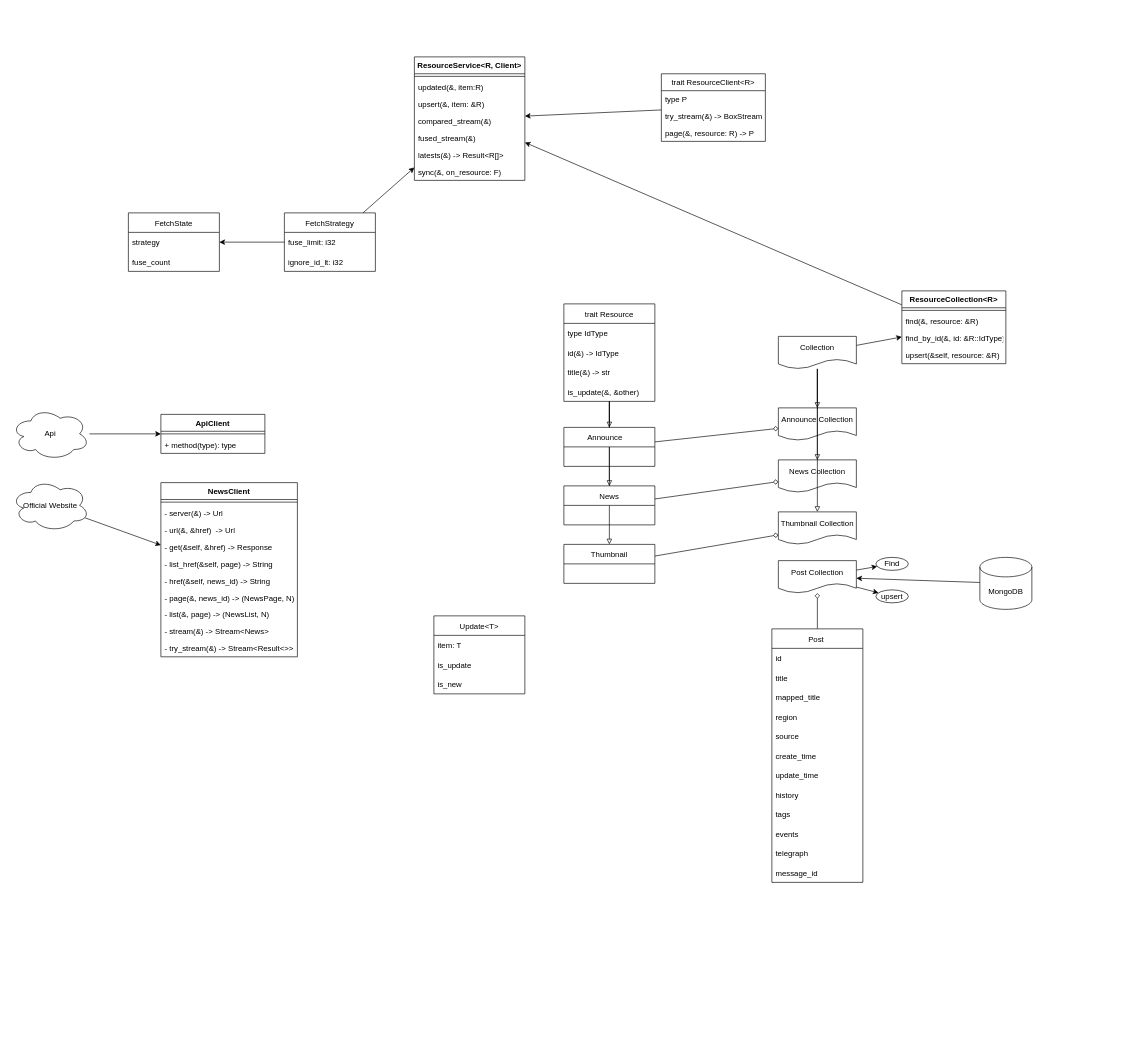
Before: page "第1頁" (1 of 2) of structure.drawio in KiruyaMomochi/priconne-bot-rs, a draw.io diagram. Source tidied: cells renumbered, new cells numbered last; positions are measured from the earlier drawing's top-left corner, leaving out a move shared by most shapes. Both pictures are drawn from the tidied source at 65%, with x=0, y=0 at pixel (11, 57).
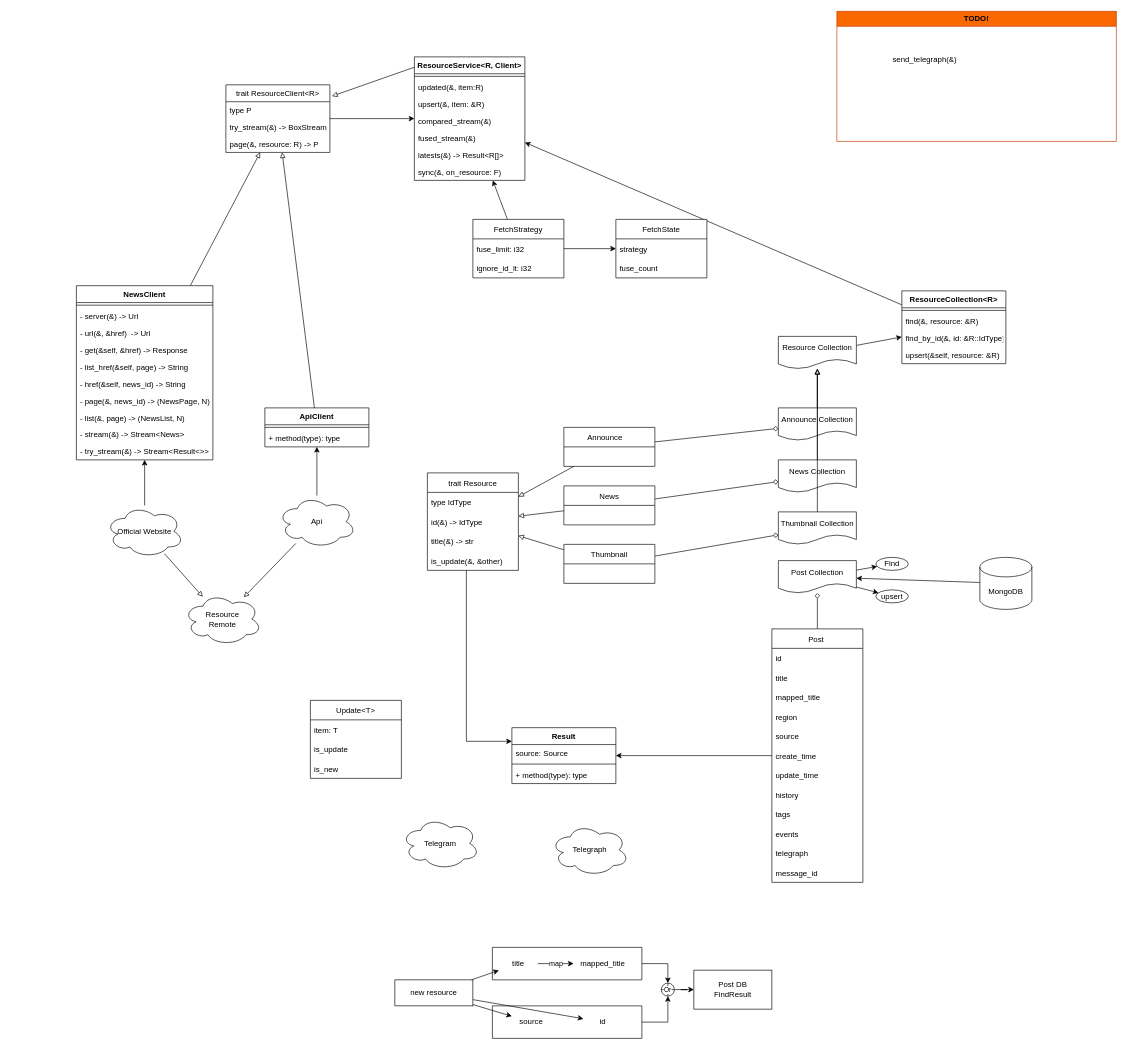
The same page after the edit.

The change refers to these unchanged cells:
```xml
<mxCell id="3" value="Post " style="swimlane;fontStyle=0;horizontal=1;startSize=30;" parent="1" vertex="1">
  <mxGeometry x="1170" y="880" width="140" height="390" as="geometry" />
</mxCell>
<mxCell id="21" value="Announce Collection" style="shape=document;whiteSpace=wrap;html=1;boundedLbl=1;" parent="1" vertex="1">
  <mxGeometry x="1180" y="540" width="120" height="50" as="geometry" />
</mxCell>
<mxCell id="33" value="Announce    " style="swimlane;fontStyle=0;horizontal=1;startSize=30;" parent="1" vertex="1">
  <mxGeometry x="850" y="570" width="140" height="60" as="geometry" />
</mxCell>
<mxCell id="35" value="Thumbnail" style="swimlane;fontStyle=0;horizontal=1;startSize=30;" parent="1" vertex="1">
  <mxGeometry x="850" y="750" width="140" height="60" as="geometry" />
</mxCell>
<mxCell id="37" value="News" style="swimlane;fontStyle=0;horizontal=1;startSize=30;" parent="1" vertex="1">
  <mxGeometry x="850" y="660" width="140" height="60" as="geometry" />
</mxCell>
<mxCell id="42" value="News Collection" style="shape=document;whiteSpace=wrap;html=1;boundedLbl=1;" parent="1" vertex="1">
  <mxGeometry x="1180" y="620" width="120" height="50" as="geometry" />
</mxCell>
<mxCell id="43" value="Thumbnail Collection" style="shape=document;whiteSpace=wrap;html=1;boundedLbl=1;" parent="1" vertex="1">
  <mxGeometry x="1180" y="700" width="120" height="50" as="geometry" />
</mxCell>
<mxCell id="49" value="ResourceService&lt;R, Client&gt;" style="swimlane;fontStyle=1;align=center;verticalAlign=top;horizontal=1;startSize=26;" parent="1" vertex="1">
  <mxGeometry x="620" width="170" height="190" as="geometry" />
</mxCell>
```

Diff of the diagram source:
```diff
@@
+    <mxCell id="94" style="edgeStyle=orthogonalEdgeStyle;rounded=0;jettySize=auto;html=1;" parent="1" edge="1" source="3" target="107">
+      <mxGeometry relative="1" as="geometry" />
+    </mxCell>
@@
+    <mxCell id="95" style="edgeStyle=none;rounded=0;jettySize=auto;html=1;endArrow=block;endFill=0;" parent="1" edge="1" source="21" target="75">
+      <mxGeometry relative="1" as="geometry" />
+    </mxCell>
@@
-    <mxCell id="24" style="edgeStyle=none;html=1;endArrow=block;endFill=0;" parent="1" edge="1" source="27" target="33">
-      <mxGeometry relative="1" as="geometry" />
-    </mxCell>
-    <mxCell id="25" style="edgeStyle=none;html=1;endArrow=block;endFill=0;" parent="1" edge="1" source="27" target="37">
-      <mxGeometry relative="1" as="geometry" />
-    </mxCell>
-    <mxCell id="26" style="edgeStyle=none;html=1;endArrow=block;endFill=0;" parent="1" edge="1" source="27" target="35">
-      <mxGeometry relative="1" as="geometry" />
-    </mxCell>
+    <mxCell id="96" style="edgeStyle=orthogonalEdgeStyle;rounded=0;jettySize=auto;html=1;" parent="1" edge="1" source="27" target="107">
+      <mxGeometry relative="1" as="geometry">
+        <Array as="points">
+          <mxPoint x="700" y="1053" />
+        </Array>
+      </mxGeometry>
+    </mxCell>
     <mxCell id="27" value="trait Resource" style="swimlane;fontStyle=0;horizontal=1;startSize=30;" parent="1" vertex="1">
-      <mxGeometry x="850" y="380" width="140" height="150" as="geometry" />
+      <mxGeometry x="640" y="640" width="140" height="150" as="geometry" />
     </mxCell>
@@
+    <mxCell id="97" style="edgeStyle=none;rounded=0;jettySize=auto;html=1;endArrow=block;endFill=0;" parent="1" edge="1" source="33" target="27">
+      <mxGeometry relative="1" as="geometry" />
+    </mxCell>
@@
+    <mxCell id="98" style="edgeStyle=none;rounded=0;jettySize=auto;html=1;endArrow=block;endFill=0;" parent="1" edge="1" source="35" target="27">
+      <mxGeometry relative="1" as="geometry" />
+    </mxCell>
@@
+    <mxCell id="99" style="edgeStyle=none;rounded=0;jettySize=auto;html=1;endArrow=block;endFill=0;" parent="1" edge="1" source="37" target="27">
+      <mxGeometry relative="1" as="geometry" />
+    </mxCell>
@@
     <mxCell id="38" value="Update&lt;T&gt;" style="swimlane;fontStyle=0;horizontal=1;startSize=30;" parent="1" vertex="1">
-      <mxGeometry x="650" y="860" width="140" height="120" as="geometry" />
+      <mxGeometry x="460" y="990" width="140" height="120" as="geometry" />
     </mxCell>
@@
+    <mxCell id="100" style="edgeStyle=none;rounded=0;jettySize=auto;html=1;endArrow=block;endFill=0;" parent="1" edge="1" source="42" target="75">
+      <mxGeometry relative="1" as="geometry" />
+    </mxCell>
@@
+    <mxCell id="101" style="edgeStyle=none;rounded=0;jettySize=auto;html=1;endArrow=block;endFill=0;" parent="1" edge="1" source="43" target="75">
+      <mxGeometry relative="1" as="geometry" />
+    </mxCell>
@@
+    <mxCell id="102" style="rounded=0;jettySize=auto;html=1;endArrow=block;endFill=0;entryX=1.02;entryY=0.168;entryDx=0;entryDy=0;entryPerimeter=0;exitX=0.002;exitY=0.083;exitDx=0;exitDy=0;exitPerimeter=0;" parent="1" edge="1" source="49" target="67">
+      <mxGeometry relative="1" as="geometry" />
+    </mxCell>
@@
     <mxCell id="60" value="FetchStrategy" style="swimlane;fontStyle=0;horizontal=1;startSize=30;" parent="1" vertex="1">
-      <mxGeometry x="420" y="240" width="140" height="90" as="geometry" />
+      <mxGeometry x="710" y="250" width="140" height="90" as="geometry" />
     </mxCell>
@@
     <mxCell id="63" value="FetchState" style="swimlane;fontStyle=0;horizontal=1;startSize=30;" parent="1" vertex="1">
-      <mxGeometry x="180" y="240" width="140" height="90" as="geometry" />
+      <mxGeometry x="930" y="250" width="140" height="90" as="geometry" />
     </mxCell>
@@
     <mxCell id="67" value="trait ResourceClient&lt;R&gt;" style="swimlane;fontStyle=0;align=center;verticalAlign=top;horizontal=1;startSize=26;" parent="1" vertex="1">
-      <mxGeometry x="1000" y="26" width="160" height="104" as="geometry" />
+      <mxGeometry x="330" y="43" width="160" height="104" as="geometry" />
     </mxCell>
@@
-    <mxCell id="71" style="edgeStyle=none;html=1;endArrow=block;endFill=0;" parent="1" edge="1" source="75" target="21">
-      <mxGeometry relative="1" as="geometry" />
-    </mxCell>
-    <mxCell id="72" style="edgeStyle=none;html=1;endArrow=block;endFill=0;" parent="1" edge="1" source="75" target="42">
-      <mxGeometry relative="1" as="geometry" />
-    </mxCell>
-    <mxCell id="73" style="edgeStyle=none;html=1;endArrow=block;endFill=0;" parent="1" edge="1" source="75" target="43">
-      <mxGeometry relative="1" as="geometry" />
-    </mxCell>
@@
-    <mxCell id="75" value="Collection" style="shape=document;whiteSpace=wrap;html=1;boundedLbl=1;" parent="1" vertex="1">
+    <mxCell id="75" value="Resource Collection" style="shape=document;whiteSpace=wrap;html=1;boundedLbl=1;" parent="1" vertex="1">
       <mxGeometry x="1180" y="430" width="120" height="50" as="geometry" />
     </mxCell>
@@
+    <mxCell id="103" style="edgeStyle=none;rounded=0;jettySize=auto;html=1;endArrow=block;endFill=0;" parent="1" edge="1" source="77" target="113">
+      <mxGeometry relative="1" as="geometry" />
+    </mxCell>
     <mxCell id="77" value="Api" style="ellipse;shape=cloud;whiteSpace=wrap;html=1;" parent="1" vertex="1">
-      <mxGeometry y="540" width="120" height="80" as="geometry" />
+      <mxGeometry x="410" y="675" width="120" height="80" as="geometry" />
     </mxCell>
@@
+    <mxCell id="104" style="edgeStyle=none;rounded=0;jettySize=auto;html=1;endArrow=block;endFill=0;" parent="1" edge="1" source="79" target="113">
+      <mxGeometry relative="1" as="geometry" />
+    </mxCell>
     <mxCell id="79" value="Official Website" style="ellipse;shape=cloud;whiteSpace=wrap;html=1;" parent="1" vertex="1">
-      <mxGeometry y="650" width="120" height="80" as="geometry" />
+      <mxGeometry x="145" y="690" width="120" height="80" as="geometry" />
     </mxCell>
+    <mxCell id="105" style="edgeStyle=none;rounded=0;jettySize=auto;html=1;endArrow=block;endFill=0;" parent="1" edge="1" source="80" target="67">
+      <mxGeometry relative="1" as="geometry" />
+    </mxCell>
     <mxCell id="80" value="NewsClient" style="swimlane;fontStyle=1;align=center;verticalAlign=top;horizontal=1;startSize=26;" parent="1" vertex="1">
-      <mxGeometry x="230" y="655" width="210" height="268" as="geometry" />
+      <mxGeometry x="100" y="352" width="210" height="268" as="geometry" />
     </mxCell>
@@
+    <mxCell id="106" style="edgeStyle=none;rounded=0;jettySize=auto;html=1;endArrow=block;endFill=0;" parent="1" edge="1" source="91" target="67">
+      <mxGeometry relative="1" as="geometry" />
+    </mxCell>
     <mxCell id="91" value="ApiClient" style="swimlane;fontStyle=1;align=center;verticalAlign=top;horizontal=1;startSize=26;" parent="1" vertex="1">
-      <mxGeometry x="230" y="550" width="160" height="60" as="geometry" />
+      <mxGeometry x="390" y="540" width="160" height="60" as="geometry" />
     </mxCell>
@@
+    <mxCell id="107" value="Result" style="swimlane;fontStyle=1;align=center;verticalAlign=top;horizontal=1;startSize=26;" parent="1" vertex="1">
+      <mxGeometry x="770" y="1032" width="160" height="86" as="geometry" />
+    </mxCell>
+    <mxCell id="108" value="source: Source" style="text;strokeColor=none;fillColor=none;align=left;verticalAlign=top;spacingLeft=4;spacingRight=4;overflow=hidden;" parent="107" vertex="1">
+      <mxGeometry y="26" width="160" height="26" as="geometry" />
+    </mxCell>
+    <mxCell id="109" style="line;strokeWidth=1;fillColor=none;align=left;verticalAlign=middle;spacingTop=-1;spacingLeft=3;spacingRight=3;labelPosition=right;strokeColor=inherit;" parent="107" vertex="1">
+      <mxGeometry y="52" width="160" height="8" as="geometry" />
+    </mxCell>
+    <mxCell id="110" value="+ method(type): type" style="text;strokeColor=none;fillColor=none;align=left;verticalAlign=top;spacingLeft=4;spacingRight=4;overflow=hidden;" parent="107" vertex="1">
+      <mxGeometry y="60" width="160" height="26" as="geometry" />
+    </mxCell>
+    <mxCell id="111" value="Telegram" style="ellipse;shape=cloud;whiteSpace=wrap;html=1;" parent="1" vertex="1">
+      <mxGeometry x="600" y="1170" width="120" height="80" as="geometry" />
+    </mxCell>
+    <mxCell id="112" value="Telegraph" style="ellipse;shape=cloud;whiteSpace=wrap;html=1;" parent="1" vertex="1">
+      <mxGeometry x="830" y="1180" width="120" height="80" as="geometry" />
+    </mxCell>
+    <mxCell id="113" value="Resource&lt;br&gt;Remote" style="ellipse;shape=cloud;whiteSpace=wrap;html=1;" parent="1" vertex="1">
+      <mxGeometry x="265" y="825" width="120" height="80" as="geometry" />
+    </mxCell>
+    <mxCell id="114" value="TODO!" style="swimlane;whiteSpace=wrap;html=1;fillColor=#fa6800;fontColor=#000000;strokeColor=#C73500;" parent="1" vertex="1">
+      <mxGeometry x="1270" y="-70" width="430" height="200" as="geometry" />
+    </mxCell>
+    <mxCell id="115" value="send_telegraph(&amp;)" style="text;strokeColor=none;fillColor=none;align=left;verticalAlign=top;spacingLeft=4;spacingRight=4;overflow=hidden;" parent="114" vertex="1">
+      <mxGeometry x="80" y="60" width="170" height="26" as="geometry" />
+    </mxCell>
+    <mxCell id="116" style="edgeStyle=none;rounded=0;jettySize=auto;html=1;endArrow=classic;endFill=1;" parent="1" edge="1" source="119" target="121">
+      <mxGeometry relative="1" as="geometry" />
+    </mxCell>
+    <mxCell id="117" style="edgeStyle=none;rounded=0;jettySize=auto;html=1;endArrow=classic;endFill=1;" parent="1" edge="1" source="119" target="126">
+      <mxGeometry relative="1" as="geometry" />
+    </mxCell>
+    <mxCell id="118" style="edgeStyle=none;rounded=0;jettySize=auto;html=1;endArrow=classic;endFill=1;" parent="1" edge="1" source="119" target="122">
+      <mxGeometry relative="1" as="geometry" />
+    </mxCell>
+    <mxCell id="119" value="new resource" style="rounded=0;whiteSpace=wrap;html=1;fontFamily=Helvetica;fontSize=12;fontColor=default;align=center;strokeColor=default;fillColor=default;" parent="1" vertex="1">
+      <mxGeometry x="590" y="1420" width="120" height="40" as="geometry" />
+    </mxCell>
+    <mxCell id="120" value="map" style="edgeStyle=none;rounded=0;jettySize=auto;html=1;endArrow=classic;endFill=1;" parent="1" edge="1" source="121" target="123">
+      <mxGeometry relative="1" as="geometry" />
+    </mxCell>
+    <mxCell id="121" value="title" style="text;html=1;strokeColor=none;fillColor=none;align=center;verticalAlign=middle;whiteSpace=wrap;rounded=0;" parent="1" vertex="1">
+      <mxGeometry x="750" y="1380" width="60" height="30" as="geometry" />
+    </mxCell>
+    <mxCell id="122" value="source" style="text;html=1;strokeColor=none;fillColor=none;align=center;verticalAlign=middle;whiteSpace=wrap;rounded=0;" parent="1" vertex="1">
+      <mxGeometry x="770" y="1470" width="60" height="30" as="geometry" />
+    </mxCell>
+    <mxCell id="123" value="mapped_title" style="text;html=1;strokeColor=none;fillColor=none;align=center;verticalAlign=middle;whiteSpace=wrap;rounded=0;" parent="1" vertex="1">
+      <mxGeometry x="865" y="1380" width="90" height="30" as="geometry" />
+    </mxCell>
+    <mxCell id="124" style="edgeStyle=orthogonalEdgeStyle;rounded=0;jettySize=auto;html=1;entryX=0.5;entryY=1;entryDx=0;entryDy=0;fontSize=10;endArrow=classic;endFill=1;" parent="1" edge="1" source="125" target="130">
+      <mxGeometry relative="1" as="geometry" />
+    </mxCell>
+    <mxCell id="125" style="swimlane;startSize=0;" parent="1" vertex="1">
+      <mxGeometry x="740" y="1460" width="230" height="50" as="geometry" />
+    </mxCell>
+    <mxCell id="126" value="id" style="text;html=1;strokeColor=none;fillColor=none;align=center;verticalAlign=middle;whiteSpace=wrap;rounded=0;" parent="125" vertex="1">
+      <mxGeometry x="140" y="10" width="60" height="30" as="geometry" />
+    </mxCell>
+    <mxCell id="127" style="edgeStyle=orthogonalEdgeStyle;rounded=0;jettySize=auto;html=1;entryX=0.5;entryY=0;entryDx=0;entryDy=0;fontSize=10;endArrow=classic;endFill=1;" parent="1" edge="1" source="128" target="130">
+      <mxGeometry relative="1" as="geometry" />
+    </mxCell>
+    <mxCell id="128" style="swimlane;startSize=0;" parent="1" vertex="1">
+      <mxGeometry x="740" y="1370" width="230" height="50" as="geometry" />
+    </mxCell>
+    <mxCell id="129" style="edgeStyle=orthogonalEdgeStyle;rounded=0;jettySize=auto;html=1;fontSize=10;endArrow=classic;endFill=1;" parent="1" edge="1" source="130" target="131">
+      <mxGeometry relative="1" as="geometry" />
+    </mxCell>
+    <mxCell id="130" value="Or" style="shape=orEllipse;perimeter=ellipsePerimeter;whiteSpace=wrap;html=1;backgroundOutline=1;labelBackgroundColor=default;fontSize=10;" parent="1" vertex="1">
+      <mxGeometry x="1000" y="1425" width="20" height="20" as="geometry" />
+    </mxCell>
+    <mxCell id="131" value="Post DB&lt;br&gt;FindResult" style="rounded=0;whiteSpace=wrap;html=1;" parent="1" vertex="1">
+      <mxGeometry x="1050" y="1405" width="120" height="60" as="geometry" />
+    </mxCell>
```
